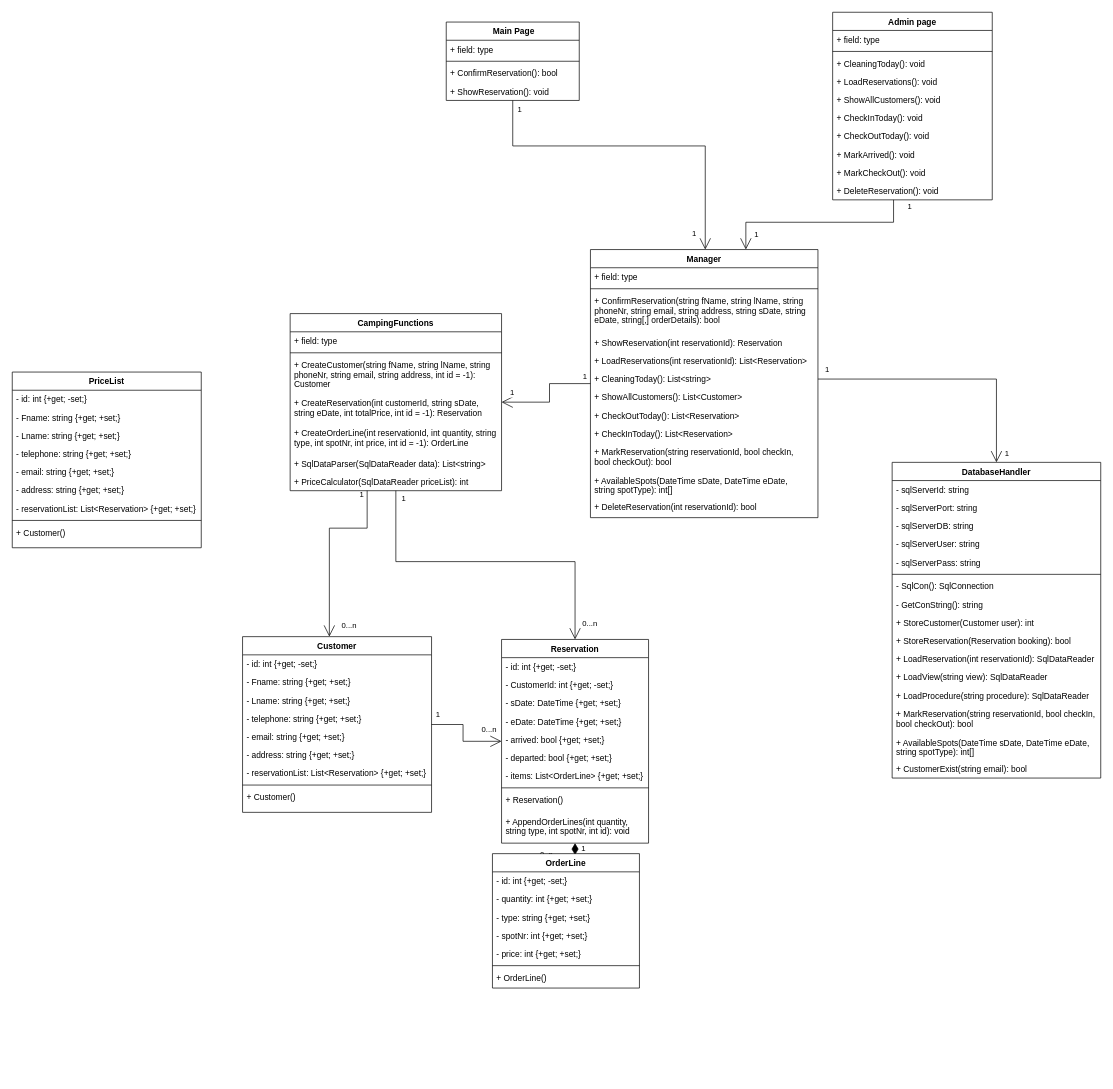
The draw.io diagram Documentation/Klasse diagram.drawio in emils0/Campingpladsen-improved, before the edit. Source tidied: cells renumbered, new cells numbered last; positions are measured from the earlier drawing's top-left corner, leaving out a move shared by most shapes. Both pictures are drawn from the tidied source at 70%, with x=0, y=0 at pixel (12, 12).
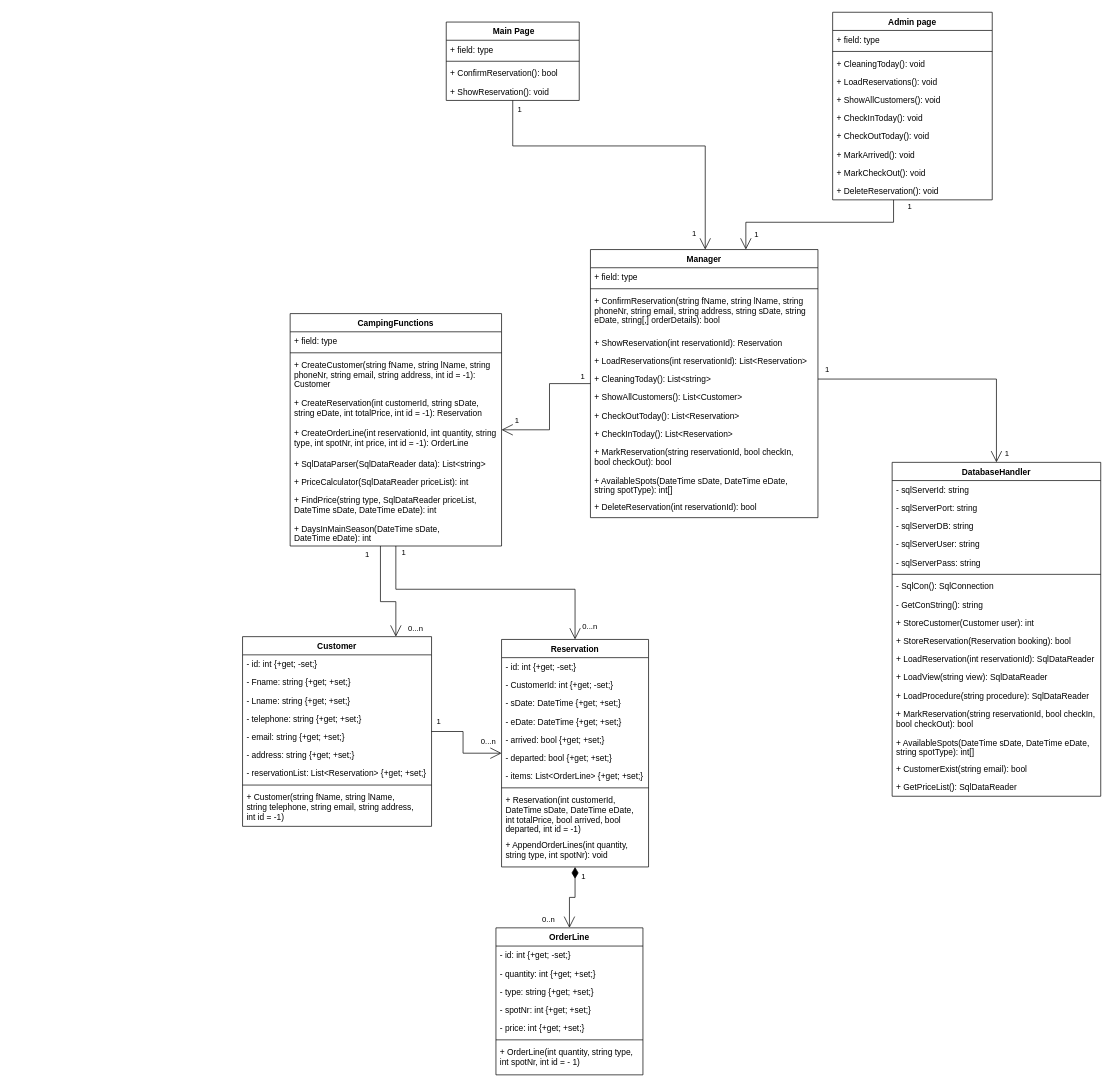
The same page after the edit.

Change to the diagram source:
```diff
@@
     <mxCell id="21" value="DatabaseHandler" style="swimlane;fontStyle=1;align=center;verticalAlign=top;horizontal=1;startSize=26;" parent="1" vertex="1">
-      <mxGeometry x="1257" y="643" width="298" height="451" as="geometry" />
+      <mxGeometry x="1257" y="643" width="298" height="477" as="geometry" />
     </mxCell>
@@
+    <mxCell id="119" value="+ GetPriceList(): SqlDataReader" style="text;strokeColor=none;fillColor=none;align=left;verticalAlign=top;spacingLeft=4;spacingRight=4;overflow=hidden;" parent="21" vertex="1">
+      <mxGeometry y="451" width="298" height="26" as="geometry" />
+    </mxCell>
     <mxCell id="38" style="edgeStyle=orthogonalEdgeStyle;rounded=0;jettySize=auto;html=1;startArrow=none;startFill=0;endArrow=open;endFill=0;startSize=14;endSize=14;" parent="1" edge="1" source="44" target="88">
       <mxGeometry relative="1" as="geometry">
         <Array as="points">
-          <mxPoint x="507" y="737" />
-          <mxPoint x="453" y="737" />
+          <mxPoint x="526" y="842" />
+          <mxPoint x="548" y="842" />
         </Array>
       </mxGeometry>
     </mxCell>
     <mxCell id="39" value="1" style="edgeLabel;html=1;align=center;verticalAlign=middle;" parent="38" vertex="1">
       <mxGeometry x="-0.89" y="1" relative="1" as="geometry">
-        <mxPoint x="-10" y="-9" as="offset" />
+        <mxPoint x="-21" y="4" as="offset" />
       </mxGeometry>
     </mxCell>
@@
     <mxCell id="44" value="CampingFunctions" style="swimlane;fontStyle=1;align=center;verticalAlign=top;horizontal=1;startSize=26;" parent="1" vertex="1">
-      <mxGeometry x="397" y="430.5" width="302" height="253" as="geometry" />
+      <mxGeometry x="397" y="430.5" width="302" height="332" as="geometry" />
     </mxCell>
@@
+    <mxCell id="120" value="+ PriceCalculator(SqlDataReader priceList): int " style="text;strokeColor=none;fillColor=none;align=left;verticalAlign=top;spacingLeft=4;spacingRight=4;overflow=hidden;" parent="44" vertex="1">
+      <mxGeometry y="227" width="302" height="26" as="geometry" />
+    </mxCell>
+    <mxCell id="121" value="+ FindPrice(string type, SqlDataReader priceList, &#10;DateTime sDate, DateTime eDate): int" style="text;strokeColor=none;fillColor=none;align=left;verticalAlign=top;spacingLeft=4;spacingRight=4;overflow=hidden;" parent="44" vertex="1">
+      <mxGeometry y="253" width="302" height="41" as="geometry" />
+    </mxCell>
-    <mxCell id="51" value="+ PriceCalculator(SqlDataReader priceList): int " style="text;strokeColor=none;fillColor=none;align=left;verticalAlign=top;spacingLeft=4;spacingRight=4;overflow=hidden;" parent="44" vertex="1">
-      <mxGeometry y="227" width="302" height="26" as="geometry" />
+    <mxCell id="51" value="+ DaysInMainSeason(DateTime sDate, &#10;DateTime eDate): int" style="text;strokeColor=none;fillColor=none;align=left;verticalAlign=top;spacingLeft=4;spacingRight=4;overflow=hidden;" parent="44" vertex="1">
+      <mxGeometry y="294" width="302" height="38" as="geometry" />
     </mxCell>
@@
     <mxCell id="74" value="Reservation" style="swimlane;fontStyle=1;align=center;verticalAlign=top;horizontal=1;startSize=26;" parent="1" vertex="1">
-      <mxGeometry x="699" y="896" width="210" height="291" as="geometry" />
+      <mxGeometry x="699" y="896" width="210" height="325" as="geometry" />
     </mxCell>
@@
-    <mxCell id="83" value="+ Reservation()" style="text;strokeColor=none;fillColor=none;align=left;verticalAlign=top;spacingLeft=4;spacingRight=4;overflow=hidden;" parent="74" vertex="1">
-      <mxGeometry y="216" width="210" height="31" as="geometry" />
+    <mxCell id="83" value="+ Reservation(int customerId, &#10;DateTime sDate, DateTime eDate, &#10;int totalPrice, bool arrived, bool &#10;departed, int id = -1)" style="text;strokeColor=none;fillColor=none;align=left;verticalAlign=top;spacingLeft=4;spacingRight=4;overflow=hidden;" parent="74" vertex="1">
+      <mxGeometry y="216" width="210" height="65" as="geometry" />
     </mxCell>
-    <mxCell id="84" value="+ AppendOrderLines(int quantity, &#10;string type, int spotNr, int id): void" style="text;strokeColor=none;fillColor=none;align=left;verticalAlign=top;spacingLeft=4;spacingRight=4;overflow=hidden;" parent="74" vertex="1">
-      <mxGeometry y="247" width="210" height="44" as="geometry" />
+    <mxCell id="84" value="+ AppendOrderLines(int quantity, &#10;string type, int spotNr): void" style="text;strokeColor=none;fillColor=none;align=left;verticalAlign=top;spacingLeft=4;spacingRight=4;overflow=hidden;" parent="74" vertex="1">
+      <mxGeometry y="281" width="210" height="44" as="geometry" />
     </mxCell>
@@
     <mxCell id="88" value="Customer" style="swimlane;fontStyle=1;align=center;verticalAlign=top;horizontal=1;startSize=26;" parent="1" vertex="1">
-      <mxGeometry x="329" y="892" width="270" height="251" as="geometry" />
+      <mxGeometry x="329" y="892" width="270" height="271" as="geometry" />
     </mxCell>
@@
-    <mxCell id="97" value="+ Customer()" style="text;strokeColor=none;fillColor=none;align=left;verticalAlign=top;spacingLeft=4;spacingRight=4;overflow=hidden;" parent="88" vertex="1">
-      <mxGeometry y="216" width="270" height="35" as="geometry" />
+    <mxCell id="97" value="+ Customer(string fName, string lName, &#10;string telephone, string email, string address, &#10;int id = -1)" style="text;strokeColor=none;fillColor=none;align=left;verticalAlign=top;spacingLeft=4;spacingRight=4;overflow=hidden;" parent="88" vertex="1">
+      <mxGeometry y="216" width="270" height="55" as="geometry" />
     </mxCell>
     <mxCell id="98" value="OrderLine" style="swimlane;fontStyle=1;align=center;verticalAlign=top;horizontal=1;startSize=26;" parent="1" vertex="1">
-      <mxGeometry x="686" y="1202" width="210" height="192" as="geometry" />
+      <mxGeometry x="691" y="1308" width="210" height="210" as="geometry" />
     </mxCell>
@@
-    <mxCell id="105" value="+ OrderLine()" style="text;strokeColor=none;fillColor=none;align=left;verticalAlign=top;spacingLeft=4;spacingRight=4;overflow=hidden;" parent="98" vertex="1">
-      <mxGeometry y="164" width="210" height="28" as="geometry" />
+    <mxCell id="105" value="+ OrderLine(int quantity, string type, &#10;int spotNr, int id = - 1)" style="text;strokeColor=none;fillColor=none;align=left;verticalAlign=top;spacingLeft=4;spacingRight=4;overflow=hidden;" parent="98" vertex="1">
+      <mxGeometry y="164" width="210" height="46" as="geometry" />
     </mxCell>
@@
-    <mxCell id="109" value="PriceList" style="swimlane;fontStyle=1;align=center;verticalAlign=top;horizontal=1;startSize=26;" parent="1" vertex="1">
-      <mxGeometry y="514" width="270" height="251" as="geometry" />
-    </mxCell>
-    <mxCell id="110" value="- id: int {+get; -set;}" style="text;strokeColor=none;fillColor=none;align=left;verticalAlign=top;spacingLeft=4;spacingRight=4;overflow=hidden;" parent="109" vertex="1">
-      <mxGeometry y="26" width="270" height="26" as="geometry" />
-    </mxCell>
-    <mxCell id="111" value="- Fname: string {+get; +set;}" style="text;strokeColor=none;fillColor=none;align=left;verticalAlign=top;spacingLeft=4;spacingRight=4;overflow=hidden;" parent="109" vertex="1">
-      <mxGeometry y="52" width="270" height="26" as="geometry" />
-    </mxCell>
-    <mxCell id="112" value="- Lname: string {+get; +set;}" style="text;strokeColor=none;fillColor=none;align=left;verticalAlign=top;spacingLeft=4;spacingRight=4;overflow=hidden;" parent="109" vertex="1">
-      <mxGeometry y="78" width="270" height="26" as="geometry" />
-    </mxCell>
-    <mxCell id="113" value="- telephone: string {+get; +set;}" style="text;strokeColor=none;fillColor=none;align=left;verticalAlign=top;spacingLeft=4;spacingRight=4;overflow=hidden;" parent="109" vertex="1">
-      <mxGeometry y="104" width="270" height="26" as="geometry" />
-    </mxCell>
-    <mxCell id="114" value="- email: string {+get; +set;}" style="text;strokeColor=none;fillColor=none;align=left;verticalAlign=top;spacingLeft=4;spacingRight=4;overflow=hidden;" parent="109" vertex="1">
-      <mxGeometry y="130" width="270" height="26" as="geometry" />
-    </mxCell>
-    <mxCell id="115" value="- address: string {+get; +set;}" style="text;strokeColor=none;fillColor=none;align=left;verticalAlign=top;spacingLeft=4;spacingRight=4;overflow=hidden;" parent="109" vertex="1">
-      <mxGeometry y="156" width="270" height="26" as="geometry" />
-    </mxCell>
-    <mxCell id="116" value="- reservationList: List&lt;Reservation&gt; {+get; +set;}" style="text;strokeColor=none;fillColor=none;align=left;verticalAlign=top;spacingLeft=4;spacingRight=4;overflow=hidden;" parent="109" vertex="1">
-      <mxGeometry y="182" width="270" height="26" as="geometry" />
-    </mxCell>
-    <mxCell id="117" style="line;strokeWidth=1;fillColor=none;align=left;verticalAlign=middle;spacingTop=-1;spacingLeft=3;spacingRight=3;labelPosition=right;" parent="109" vertex="1">
-      <mxGeometry y="208" width="270" height="8" as="geometry" />
-    </mxCell>
-    <mxCell id="118" value="+ Customer()" style="text;strokeColor=none;fillColor=none;align=left;verticalAlign=top;spacingLeft=4;spacingRight=4;overflow=hidden;" parent="109" vertex="1">
-      <mxGeometry y="216" width="270" height="35" as="geometry" />
-    </mxCell>
```
